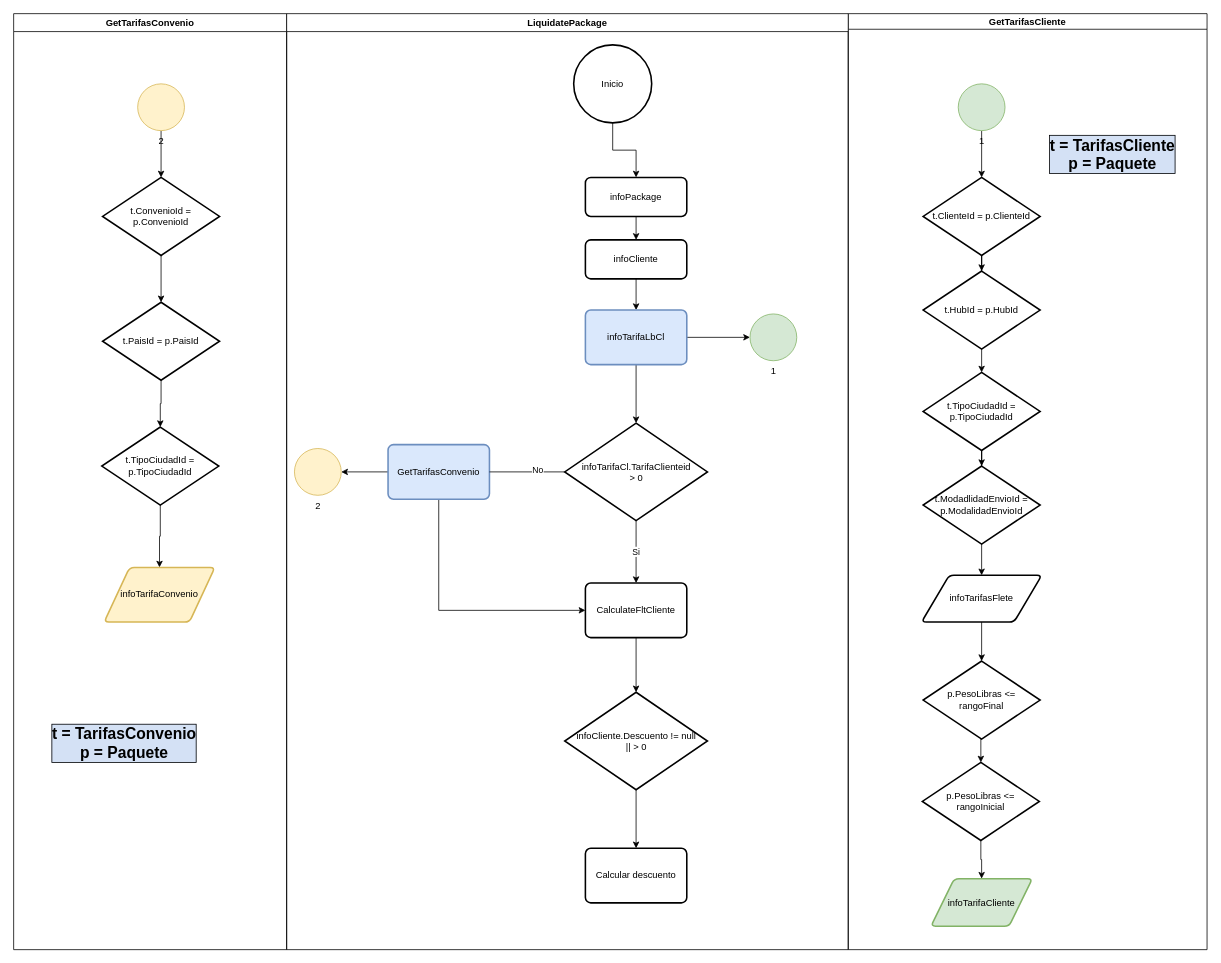
Before: LiquidatePackage.drawio in lleal24/W3School-HTML, a draw.io diagram. Source tidied: cells renumbered, new cells numbered last; positions are measured from the earlier drawing's top-left corner, leaving out a move shared by most shapes. Both pictures are drawn from the tidied source at 78%, with x=0, y=0 at pixel (13, 13).
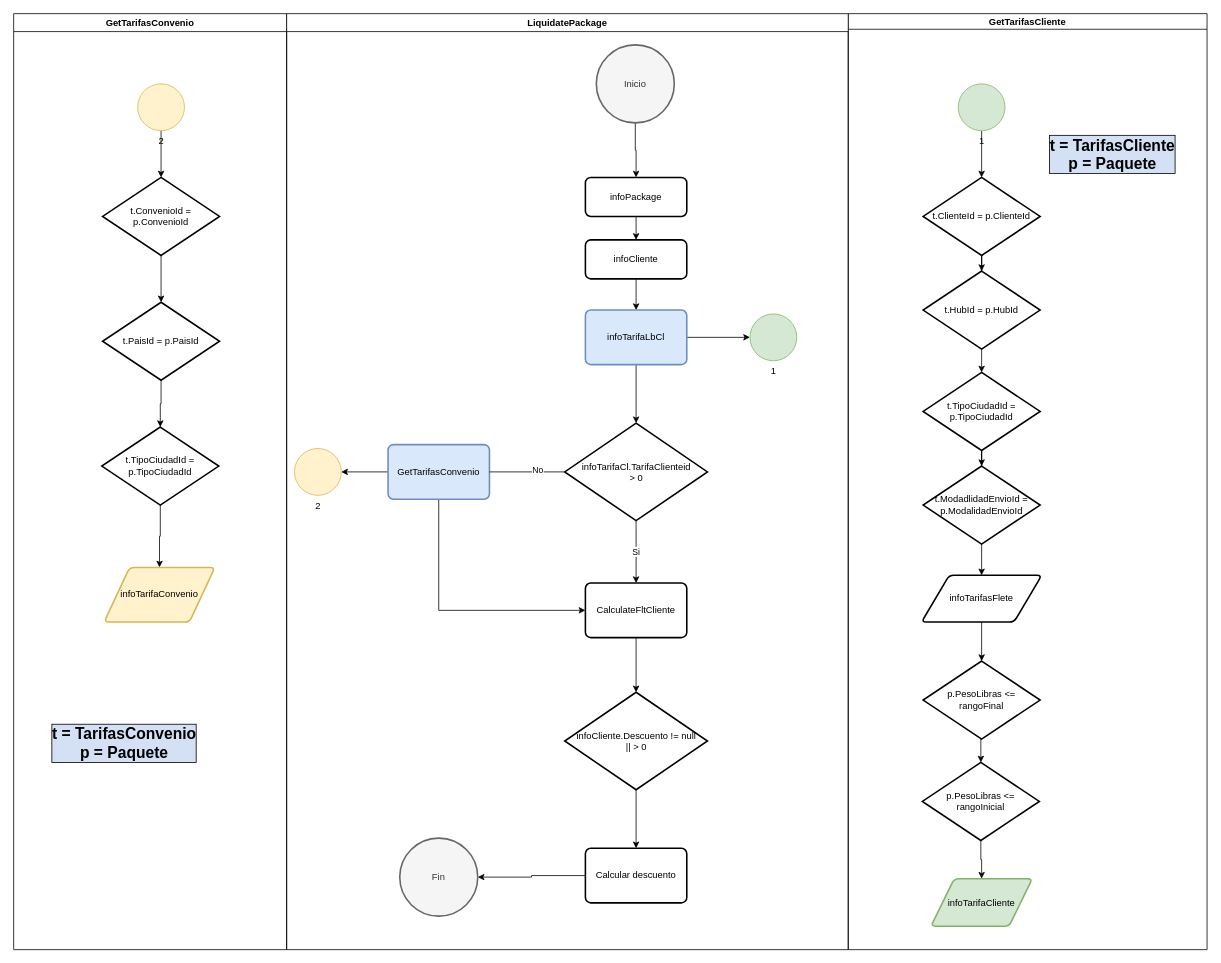
Above is the later version.

Unchanged cells that the change refers to:
```xml
<mxCell id="33" value="Calcular descuento" style="rounded=1;whiteSpace=wrap;html=1;absoluteArcSize=1;arcSize=14;strokeWidth=2;" parent="1" vertex="1">
  <mxGeometry x="733" y="1070" width="130" height="70" as="geometry" />
</mxCell>
<mxCell id="48" value="LiquidatePackage" style="swimlane;" parent="1" vertex="1">
  <mxGeometry x="350" width="720" height="1200" as="geometry" />
</mxCell>
```

The edit, as a diff of the source:
```diff
@@
+    <mxCell id="56" style="edgeStyle=orthogonalEdgeStyle;rounded=0;jettySize=auto;html=1;exitX=0;exitY=0.5;exitDx=0;exitDy=0;fontSize=20;" parent="1" edge="1" source="33" target="57">
+      <mxGeometry relative="1" as="geometry" />
+    </mxCell>
@@
-    <mxCell id="49" value="Inicio" style="strokeWidth=2;html=1;shape=mxgraph.flowchart.start_2;whiteSpace=wrap;" parent="48" vertex="1">
-      <mxGeometry x="368" y="40" width="100" height="100" as="geometry" />
+    <mxCell id="49" value="Inicio" style="strokeWidth=2;html=1;shape=mxgraph.flowchart.start_2;whiteSpace=wrap;fillColor=#f5f5f5;fontColor=#333333;strokeColor=#666666;" parent="48" vertex="1">
+      <mxGeometry x="397" y="40" width="100" height="100" as="geometry" />
     </mxCell>
@@
+    <mxCell id="57" value="Fin" style="strokeWidth=2;html=1;shape=mxgraph.flowchart.start_2;whiteSpace=wrap;fillColor=#f5f5f5;fontColor=#333333;strokeColor=#666666;" parent="48" vertex="1">
+      <mxGeometry x="145" y="1057" width="100" height="100" as="geometry" />
+    </mxCell>
```
